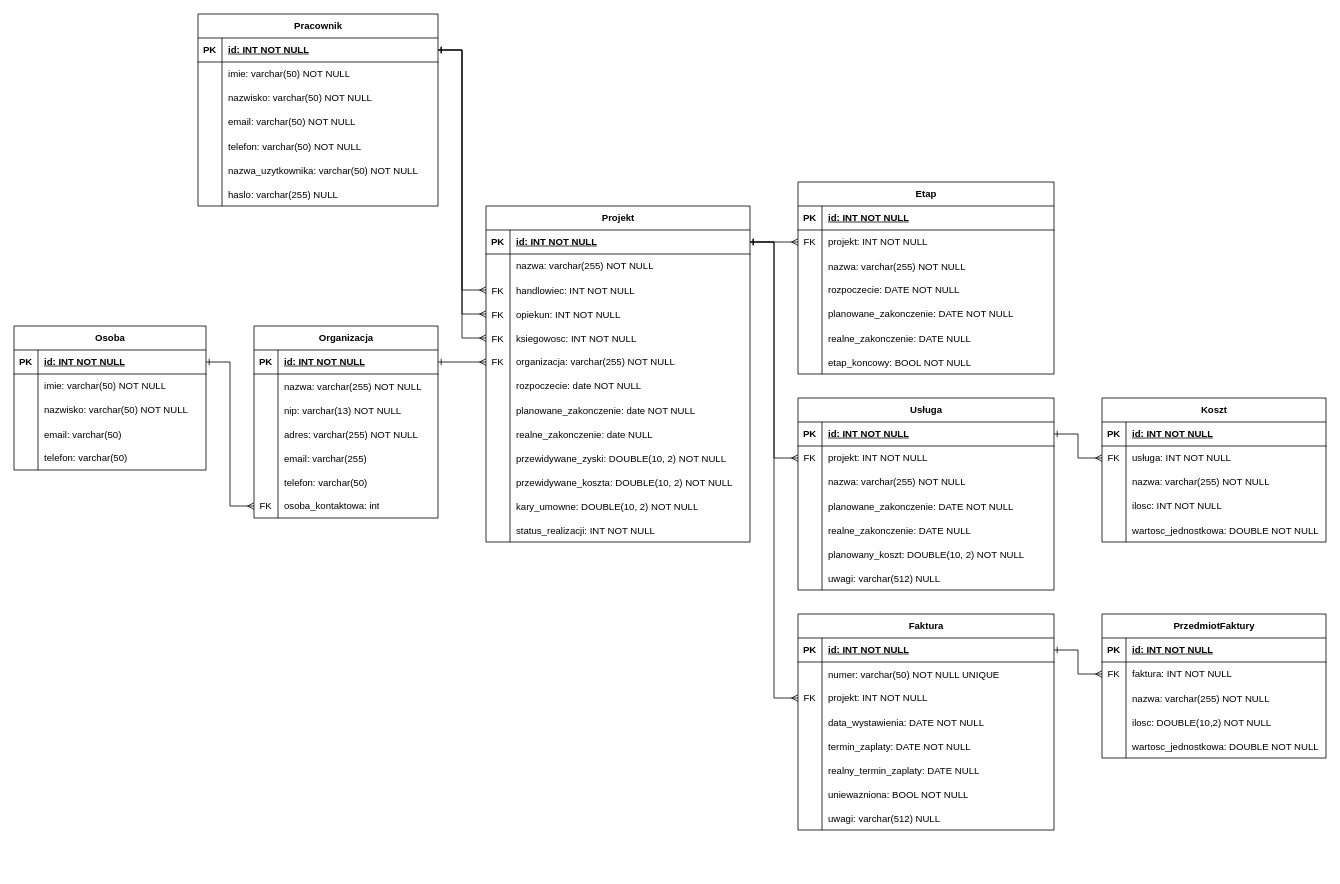
The draw.io diagram doc/Schemat bazy danych.drawio in LifichiIsHungry/aplikacja-realizacyjna, before the edit. Source tidied: cells renumbered, new cells numbered last; positions are measured from the earlier drawing's top-left corner, leaving out a move shared by most shapes. Both pictures are drawn from the tidied source at 80%, with x=0, y=0 at pixel (14, 14).
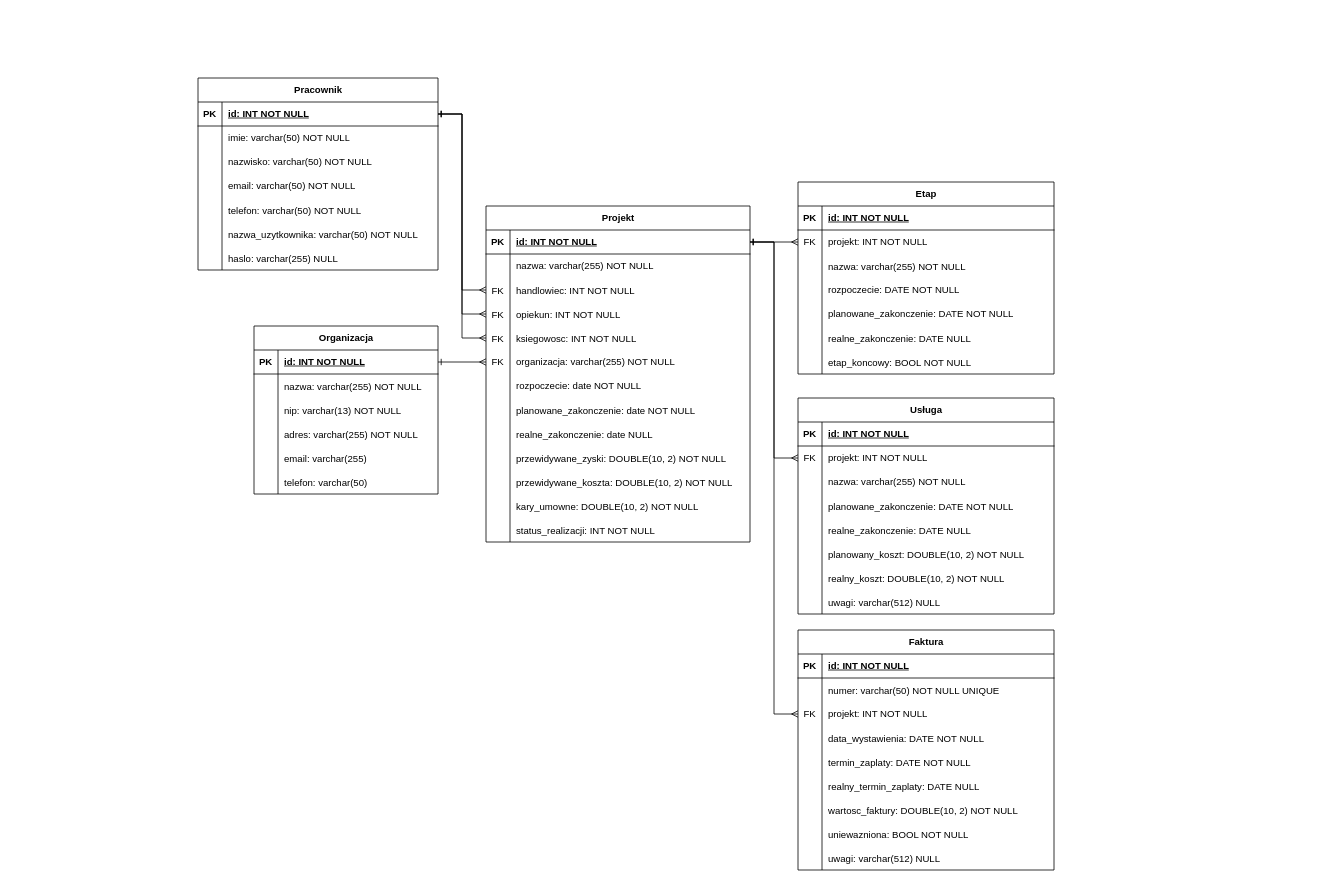
The same diagram, later.

Commit message (it also covers changes not shown here):
Aktualizacja schematu bazy danych

Unchanged cells that the change refers to:
```xml
<mxCell id="104" style="shape=tableRow;horizontal=0;startSize=0;swimlaneHead=0;swimlaneBody=0;fillColor=none;points=[[0,0.5],[1,0.5]];portConstraint=eastwest;top=0;left=0;right=0;bottom=1;" parent="103" vertex="1">
  <mxGeometry y="30" width="320" height="30" as="geometry" />
</mxCell>
<mxCell id="127" style="shape=tableRow;horizontal=0;startSize=0;swimlaneHead=0;swimlaneBody=0;fillColor=none;points=[[0,0.5],[1,0.5]];portConstraint=eastwest;top=0;left=0;right=0;bottom=1;" parent="126" vertex="1">
  <mxGeometry y="30" width="320" height="30" as="geometry" />
</mxCell>
```

Diff of the diagram source:
```diff
@@
     <mxCell id="2" value="Organizacja" style="shape=table;startSize=30;childLayout=tableLayout;rowLines=0;fontStyle=1;align=center;html=1;" parent="1" vertex="1">
-      <mxGeometry x="300" y="390" width="230" height="240" as="geometry" />
+      <mxGeometry x="300" y="390" width="230" height="210" as="geometry" />
     </mxCell>
@@
-    <mxCell id="21" style="shape=tableRow;horizontal=0;startSize=0;swimlaneHead=0;swimlaneBody=0;fillColor=none;points=[[0,0.5],[1,0.5]];portConstraint=eastwest;top=0;left=0;right=0;bottom=0;" parent="2" vertex="1">
-      <mxGeometry y="210" width="230" height="30" as="geometry" />
-    </mxCell>
-    <mxCell id="22" value="FK" style="shape=partialRectangle;fillColor=none;top=0;left=0;bottom=0;right=0;fontStyle=0;overflow=hidden;whiteSpace=wrap;html=1;" parent="21" vertex="1">
-      <mxGeometry width="30" height="30" as="geometry" />
-    </mxCell>
-    <mxCell id="23" value="osoba_kontaktowa: int" style="shape=partialRectangle;fillColor=none;top=0;left=0;bottom=0;right=0;align=left;spacingLeft=6;fontStyle=0;overflow=hidden;whiteSpace=wrap;html=1;" parent="21" vertex="1">
-      <mxGeometry x="30" width="200" height="30" as="geometry" />
-    </mxCell>
-    <mxCell id="24" value="Osoba" style="shape=table;startSize=30;childLayout=tableLayout;rowLines=0;fontStyle=1;align=center;html=1;" parent="1" vertex="1">
-      <mxGeometry y="390" width="240" height="180" as="geometry" />
-    </mxCell>
-    <mxCell id="25" style="shape=tableRow;horizontal=0;startSize=0;swimlaneHead=0;swimlaneBody=0;fillColor=none;points=[[0,0.5],[1,0.5]];portConstraint=eastwest;top=0;left=0;right=0;bottom=1;" parent="24" vertex="1">
-      <mxGeometry y="30" width="240" height="30" as="geometry" />
-    </mxCell>
-    <mxCell id="26" value="PK" style="shape=partialRectangle;fillColor=none;top=0;left=0;bottom=0;right=0;fontStyle=1;overflow=hidden;whiteSpace=wrap;html=1;" parent="25" vertex="1">
-      <mxGeometry width="30" height="30" as="geometry" />
-    </mxCell>
-    <mxCell id="27" value="id: INT NOT NULL" style="shape=partialRectangle;fillColor=none;top=0;left=0;bottom=0;right=0;align=left;spacingLeft=6;fontStyle=5;overflow=hidden;whiteSpace=wrap;html=1;" parent="25" vertex="1">
-      <mxGeometry x="30" width="210" height="30" as="geometry" />
-    </mxCell>
-    <mxCell id="28" style="shape=tableRow;horizontal=0;startSize=0;swimlaneHead=0;swimlaneBody=0;fillColor=none;top=0;left=0;right=0;bottom=0;" parent="24" vertex="1">
-      <mxGeometry y="60" width="240" height="30" as="geometry" />
-    </mxCell>
-    <mxCell id="29" style="shape=partialRectangle;fillColor=none;top=0;left=0;bottom=0;right=0;overflow=hidden;whiteSpace=wrap;html=1;" parent="28" vertex="1">
-      <mxGeometry width="30" height="30" as="geometry" />
-    </mxCell>
-    <mxCell id="30" value="imie: varchar(50) NOT NULL" style="shape=partialRectangle;fillColor=none;top=0;left=0;bottom=0;right=0;align=left;spacingLeft=6;overflow=hidden;whiteSpace=wrap;html=1;" parent="28" vertex="1">
-      <mxGeometry x="30" width="210" height="30" as="geometry" />
-    </mxCell>
-    <mxCell id="31" style="shape=tableRow;horizontal=0;startSize=0;swimlaneHead=0;swimlaneBody=0;fillColor=none;top=0;left=0;right=0;bottom=0;" parent="24" vertex="1">
-      <mxGeometry y="90" width="240" height="30" as="geometry" />
-    </mxCell>
-    <mxCell id="32" style="shape=partialRectangle;fillColor=none;top=0;left=0;bottom=0;right=0;overflow=hidden;whiteSpace=wrap;html=1;" parent="31" vertex="1">
-      <mxGeometry width="30" height="30" as="geometry" />
-    </mxCell>
-    <mxCell id="33" value="nazwisko: varchar(50) NOT NULL" style="shape=partialRectangle;fillColor=none;top=0;left=0;bottom=0;right=0;align=left;spacingLeft=6;overflow=hidden;whiteSpace=wrap;html=1;" parent="31" vertex="1">
-      <mxGeometry x="30" width="210" height="30" as="geometry" />
-    </mxCell>
-    <mxCell id="34" style="shape=tableRow;horizontal=0;startSize=0;swimlaneHead=0;swimlaneBody=0;fillColor=none;top=0;left=0;right=0;bottom=0;" parent="24" vertex="1">
-      <mxGeometry y="120" width="240" height="30" as="geometry" />
-    </mxCell>
-    <mxCell id="35" style="shape=partialRectangle;fillColor=none;top=0;left=0;bottom=0;right=0;overflow=hidden;" parent="34" vertex="1">
-      <mxGeometry width="30" height="30" as="geometry" />
-    </mxCell>
-    <mxCell id="36" value="email: varchar(50)" style="shape=partialRectangle;fillColor=none;top=0;left=0;bottom=0;right=0;align=left;spacingLeft=6;overflow=hidden;" parent="34" vertex="1">
-      <mxGeometry x="30" width="210" height="30" as="geometry" />
-    </mxCell>
-    <mxCell id="37" style="shape=tableRow;horizontal=0;startSize=0;swimlaneHead=0;swimlaneBody=0;fillColor=none;top=0;left=0;right=0;bottom=0;" parent="24" vertex="1">
-      <mxGeometry y="150" width="240" height="30" as="geometry" />
-    </mxCell>
-    <mxCell id="38" style="shape=partialRectangle;fillColor=none;top=0;left=0;bottom=0;right=0;overflow=hidden;whiteSpace=wrap;html=1;" parent="37" vertex="1">
-      <mxGeometry width="30" height="30" as="geometry" />
-    </mxCell>
-    <mxCell id="39" value="telefon: varchar(50)" style="shape=partialRectangle;fillColor=none;top=0;left=0;bottom=0;right=0;align=left;spacingLeft=6;overflow=hidden;whiteSpace=wrap;html=1;" parent="37" vertex="1">
-      <mxGeometry x="30" width="210" height="30" as="geometry" />
-    </mxCell>
@@
     <mxCell id="103" value="Usługa" style="shape=table;startSize=30;childLayout=tableLayout;rowLines=0;fontStyle=1;align=center;html=1;" parent="1" vertex="1">
-      <mxGeometry x="980" y="480" width="320" height="240" as="geometry" />
+      <mxGeometry x="980" y="480" width="320" height="270" as="geometry" />
     </mxCell>
@@
+    <mxCell id="213" style="shape=tableRow;horizontal=0;startSize=0;swimlaneHead=0;swimlaneBody=0;fillColor=none;top=0;left=0;right=0;bottom=0;" parent="103" vertex="1">
+      <mxGeometry y="210" width="320" height="30" as="geometry" />
+    </mxCell>
+    <mxCell id="214" style="shape=partialRectangle;fillColor=none;top=0;left=0;bottom=0;right=0;overflow=hidden;" parent="213" vertex="1">
+      <mxGeometry width="30" height="30" as="geometry" />
+    </mxCell>
+    <mxCell id="215" value="realny_koszt: DOUBLE(10, 2) NOT NULL" style="shape=partialRectangle;fillColor=none;top=0;left=0;bottom=0;right=0;align=left;spacingLeft=6;overflow=hidden;" parent="213" vertex="1">
+      <mxGeometry x="30" width="290" height="30" as="geometry" />
+    </mxCell>
     <mxCell id="122" style="shape=tableRow;horizontal=0;startSize=0;swimlaneHead=0;swimlaneBody=0;fillColor=none;top=0;left=0;right=0;bottom=0;" parent="103" vertex="1">
-      <mxGeometry y="210" width="320" height="30" as="geometry" />
+      <mxGeometry y="240" width="320" height="30" as="geometry" />
     </mxCell>
@@
     <mxCell id="126" value="Faktura" style="shape=table;startSize=30;childLayout=tableLayout;rowLines=0;fontStyle=1;align=center;html=1;" parent="1" vertex="1">
-      <mxGeometry x="980" y="750" width="320" height="270" as="geometry" />
+      <mxGeometry x="980" y="770" width="320" height="300" as="geometry" />
     </mxCell>
@@
+    <mxCell id="216" style="shape=tableRow;horizontal=0;startSize=0;swimlaneHead=0;swimlaneBody=0;fillColor=none;top=0;left=0;right=0;bottom=0;" parent="126" vertex="1">
+      <mxGeometry y="210" width="320" height="30" as="geometry" />
+    </mxCell>
+    <mxCell id="217" style="shape=partialRectangle;fillColor=none;top=0;left=0;bottom=0;right=0;overflow=hidden;" parent="216" vertex="1">
+      <mxGeometry width="30" height="30" as="geometry" />
+    </mxCell>
+    <mxCell id="218" value="wartosc_faktury: DOUBLE(10, 2) NOT NULL" style="shape=partialRectangle;fillColor=none;top=0;left=0;bottom=0;right=0;align=left;spacingLeft=6;overflow=hidden;" parent="216" vertex="1">
+      <mxGeometry x="30" width="290" height="30" as="geometry" />
+    </mxCell>
     <mxCell id="145" style="shape=tableRow;horizontal=0;startSize=0;swimlaneHead=0;swimlaneBody=0;fillColor=none;top=0;left=0;right=0;bottom=0;" parent="126" vertex="1">
-      <mxGeometry y="210" width="320" height="30" as="geometry" />
+      <mxGeometry y="240" width="320" height="30" as="geometry" />
     </mxCell>
@@
     <mxCell id="148" style="shape=tableRow;horizontal=0;startSize=0;swimlaneHead=0;swimlaneBody=0;fillColor=none;top=0;left=0;right=0;bottom=0;" parent="126" vertex="1">
-      <mxGeometry y="240" width="320" height="30" as="geometry" />
+      <mxGeometry y="270" width="320" height="30" as="geometry" />
     </mxCell>
@@
     <mxCell id="153" value="Pracownik" style="shape=table;startSize=30;childLayout=tableLayout;rowLines=0;fontStyle=1;align=center;html=1;" parent="1" vertex="1">
-      <mxGeometry x="230" width="300" height="240" as="geometry" />
+      <mxGeometry x="230" y="80" width="300" height="240" as="geometry" />
     </mxCell>
@@
-    <mxCell id="175" style="edgeStyle=entityRelationEdgeStyle;rounded=0;jettySize=auto;html=1;exitX=1;exitY=0.5;exitDx=0;exitDy=0;entryX=0;entryY=0.5;entryDx=0;entryDy=0;startArrow=ERone;startFill=0;endArrow=ERmany;endFill=0;" parent="1" edge="1" source="25" target="21">
-      <mxGeometry relative="1" as="geometry" />
-    </mxCell>
@@
-    <mxCell id="179" value="PrzedmiotFaktury" style="shape=table;startSize=30;childLayout=tableLayout;rowLines=0;fontStyle=1;align=center;html=1;" parent="1" vertex="1">
-      <mxGeometry x="1360" y="750" width="280" height="180" as="geometry" />
-    </mxCell>
-    <mxCell id="180" style="shape=tableRow;horizontal=0;startSize=0;swimlaneHead=0;swimlaneBody=0;fillColor=none;top=0;left=0;right=0;bottom=1;" parent="179" vertex="1">
-      <mxGeometry y="30" width="280" height="30" as="geometry" />
-    </mxCell>
-    <mxCell id="181" value="PK" style="shape=partialRectangle;fillColor=none;top=0;left=0;bottom=0;right=0;fontStyle=1;overflow=hidden;whiteSpace=wrap;html=1;" parent="180" vertex="1">
-      <mxGeometry width="30" height="30" as="geometry" />
-    </mxCell>
-    <mxCell id="182" value="id: INT NOT NULL" style="shape=partialRectangle;fillColor=none;top=0;left=0;bottom=0;right=0;align=left;spacingLeft=6;fontStyle=5;overflow=hidden;whiteSpace=wrap;html=1;" parent="180" vertex="1">
-      <mxGeometry x="30" width="250" height="30" as="geometry" />
-    </mxCell>
-    <mxCell id="183" style="shape=tableRow;horizontal=0;startSize=0;swimlaneHead=0;swimlaneBody=0;fillColor=none;points=[[0,0.5],[1,0.5]];portConstraint=eastwest;top=0;left=0;right=0;bottom=0;" parent="179" vertex="1">
-      <mxGeometry y="60" width="280" height="30" as="geometry" />
-    </mxCell>
-    <mxCell id="184" value="FK" style="shape=partialRectangle;fillColor=none;top=0;left=0;bottom=0;right=0;overflow=hidden;whiteSpace=wrap;html=1;" parent="183" vertex="1">
-      <mxGeometry width="30" height="30" as="geometry" />
-    </mxCell>
-    <mxCell id="185" value="faktura: INT NOT NULL" style="shape=partialRectangle;fillColor=none;top=0;left=0;bottom=0;right=0;align=left;spacingLeft=6;overflow=hidden;whiteSpace=wrap;html=1;" parent="183" vertex="1">
-      <mxGeometry x="30" width="250" height="30" as="geometry" />
-    </mxCell>
-    <mxCell id="186" style="shape=tableRow;horizontal=0;startSize=0;swimlaneHead=0;swimlaneBody=0;fillColor=none;top=0;left=0;right=0;bottom=0;" parent="179" vertex="1">
-      <mxGeometry y="90" width="280" height="30" as="geometry" />
-    </mxCell>
-    <mxCell id="187" style="shape=partialRectangle;fillColor=none;top=0;left=0;bottom=0;right=0;overflow=hidden;" parent="186" vertex="1">
-      <mxGeometry width="30" height="30" as="geometry" />
-    </mxCell>
-    <mxCell id="188" value="nazwa: varchar(255) NOT NULL" style="shape=partialRectangle;fillColor=none;top=0;left=0;bottom=0;right=0;align=left;spacingLeft=6;overflow=hidden;" parent="186" vertex="1">
-      <mxGeometry x="30" width="250" height="30" as="geometry" />
-    </mxCell>
-    <mxCell id="189" style="shape=tableRow;horizontal=0;startSize=0;swimlaneHead=0;swimlaneBody=0;fillColor=none;top=0;left=0;right=0;bottom=0;" parent="179" vertex="1">
-      <mxGeometry y="120" width="280" height="30" as="geometry" />
-    </mxCell>
-    <mxCell id="190" style="shape=partialRectangle;fillColor=none;top=0;left=0;bottom=0;right=0;overflow=hidden;" parent="189" vertex="1">
-      <mxGeometry width="30" height="30" as="geometry" />
-    </mxCell>
-    <mxCell id="191" value="ilosc: DOUBLE(10,2) NOT NULL" style="shape=partialRectangle;fillColor=none;top=0;left=0;bottom=0;right=0;align=left;spacingLeft=6;overflow=hidden;" parent="189" vertex="1">
-      <mxGeometry x="30" width="250" height="30" as="geometry" />
-    </mxCell>
-    <mxCell id="192" style="shape=tableRow;horizontal=0;startSize=0;swimlaneHead=0;swimlaneBody=0;fillColor=none;top=0;left=0;right=0;bottom=0;" parent="179" vertex="1">
-      <mxGeometry y="150" width="280" height="30" as="geometry" />
-    </mxCell>
-    <mxCell id="193" style="shape=partialRectangle;fillColor=none;top=0;left=0;bottom=0;right=0;overflow=hidden;" parent="192" vertex="1">
-      <mxGeometry width="30" height="30" as="geometry" />
-    </mxCell>
-    <mxCell id="194" value="wartosc_jednostkowa: DOUBLE NOT NULL" style="shape=partialRectangle;fillColor=none;top=0;left=0;bottom=0;right=0;align=left;spacingLeft=6;overflow=hidden;" parent="192" vertex="1">
-      <mxGeometry x="30" width="250" height="30" as="geometry" />
-    </mxCell>
-    <mxCell id="195" style="edgeStyle=entityRelationEdgeStyle;rounded=0;jettySize=auto;html=1;exitX=1;exitY=0.5;exitDx=0;exitDy=0;entryX=0;entryY=0.5;entryDx=0;entryDy=0;startArrow=ERone;startFill=0;endArrow=ERmany;endFill=0;" parent="1" edge="1" source="127" target="183">
-      <mxGeometry relative="1" as="geometry" />
-    </mxCell>
-    <mxCell id="196" value="Koszt" style="shape=table;startSize=30;childLayout=tableLayout;rowLines=0;fontStyle=1;align=center;html=1;" parent="1" vertex="1">
-      <mxGeometry x="1360" y="480" width="280" height="180" as="geometry" />
-    </mxCell>
-    <mxCell id="197" style="shape=tableRow;horizontal=0;startSize=0;swimlaneHead=0;swimlaneBody=0;fillColor=none;top=0;left=0;right=0;bottom=1;" parent="196" vertex="1">
-      <mxGeometry y="30" width="280" height="30" as="geometry" />
-    </mxCell>
-    <mxCell id="198" value="PK" style="shape=partialRectangle;fillColor=none;top=0;left=0;bottom=0;right=0;fontStyle=1;overflow=hidden;whiteSpace=wrap;html=1;" parent="197" vertex="1">
-      <mxGeometry width="30" height="30" as="geometry" />
-    </mxCell>
-    <mxCell id="199" value="id: INT NOT NULL" style="shape=partialRectangle;fillColor=none;top=0;left=0;bottom=0;right=0;align=left;spacingLeft=6;fontStyle=5;overflow=hidden;whiteSpace=wrap;html=1;" parent="197" vertex="1">
-      <mxGeometry x="30" width="250" height="30" as="geometry" />
-    </mxCell>
-    <mxCell id="200" style="shape=tableRow;horizontal=0;startSize=0;swimlaneHead=0;swimlaneBody=0;fillColor=none;points=[[0,0.5],[1,0.5]];portConstraint=eastwest;top=0;left=0;right=0;bottom=0;" parent="196" vertex="1">
-      <mxGeometry y="60" width="280" height="30" as="geometry" />
-    </mxCell>
-    <mxCell id="201" value="FK" style="shape=partialRectangle;fillColor=none;top=0;left=0;bottom=0;right=0;overflow=hidden;whiteSpace=wrap;html=1;" parent="200" vertex="1">
-      <mxGeometry width="30" height="30" as="geometry" />
-    </mxCell>
-    <mxCell id="202" value="usługa: INT NOT NULL" style="shape=partialRectangle;fillColor=none;top=0;left=0;bottom=0;right=0;align=left;spacingLeft=6;overflow=hidden;whiteSpace=wrap;html=1;" parent="200" vertex="1">
-      <mxGeometry x="30" width="250" height="30" as="geometry" />
-    </mxCell>
-    <mxCell id="203" style="shape=tableRow;horizontal=0;startSize=0;swimlaneHead=0;swimlaneBody=0;fillColor=none;top=0;left=0;right=0;bottom=0;" parent="196" vertex="1">
-      <mxGeometry y="90" width="280" height="30" as="geometry" />
-    </mxCell>
-    <mxCell id="204" style="shape=partialRectangle;fillColor=none;top=0;left=0;bottom=0;right=0;overflow=hidden;whiteSpace=wrap;html=1;" parent="203" vertex="1">
-      <mxGeometry width="30" height="30" as="geometry" />
-    </mxCell>
-    <mxCell id="205" value="nazwa: varchar(255) NOT NULL" style="shape=partialRectangle;fillColor=none;top=0;left=0;bottom=0;right=0;align=left;spacingLeft=6;overflow=hidden;whiteSpace=wrap;html=1;" parent="203" vertex="1">
-      <mxGeometry x="30" width="250" height="30" as="geometry" />
-    </mxCell>
-    <mxCell id="206" style="shape=tableRow;horizontal=0;startSize=0;swimlaneHead=0;swimlaneBody=0;fillColor=none;top=0;left=0;right=0;bottom=0;" parent="196" vertex="1">
-      <mxGeometry y="120" width="280" height="30" as="geometry" />
-    </mxCell>
-    <mxCell id="207" style="shape=partialRectangle;fillColor=none;top=0;left=0;bottom=0;right=0;overflow=hidden;whiteSpace=wrap;html=1;" parent="206" vertex="1">
-      <mxGeometry width="30" height="30" as="geometry" />
-    </mxCell>
-    <mxCell id="208" value="ilosc: INT NOT NULL" style="shape=partialRectangle;fillColor=none;top=0;left=0;bottom=0;right=0;align=left;spacingLeft=6;overflow=hidden;whiteSpace=wrap;html=1;" parent="206" vertex="1">
-      <mxGeometry x="30" width="250" height="30" as="geometry" />
-    </mxCell>
-    <mxCell id="209" style="shape=tableRow;horizontal=0;startSize=0;swimlaneHead=0;swimlaneBody=0;fillColor=none;top=0;left=0;right=0;bottom=0;" parent="196" vertex="1">
-      <mxGeometry y="150" width="280" height="30" as="geometry" />
-    </mxCell>
-    <mxCell id="210" style="shape=partialRectangle;fillColor=none;top=0;left=0;bottom=0;right=0;overflow=hidden;" parent="209" vertex="1">
-      <mxGeometry width="30" height="30" as="geometry" />
-    </mxCell>
-    <mxCell id="211" value="wartosc_jednostkowa: DOUBLE NOT NULL" style="shape=partialRectangle;fillColor=none;top=0;left=0;bottom=0;right=0;align=left;spacingLeft=6;overflow=hidden;" parent="209" vertex="1">
-      <mxGeometry x="30" width="250" height="30" as="geometry" />
-    </mxCell>
-    <mxCell id="212" style="edgeStyle=entityRelationEdgeStyle;rounded=0;jettySize=auto;html=1;exitX=1;exitY=0.5;exitDx=0;exitDy=0;entryX=0;entryY=0.5;entryDx=0;entryDy=0;startArrow=ERone;startFill=0;endArrow=ERmany;endFill=0;" parent="1" edge="1" source="104" target="200">
-      <mxGeometry relative="1" as="geometry" />
-    </mxCell>
```
